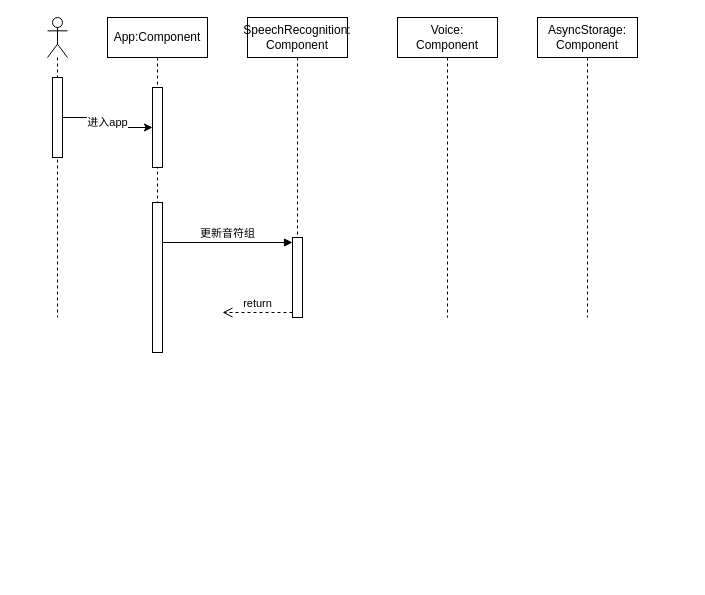
Earlier version of the draw.io diagram page "第 1 页" (1 of 2) of doremi.drawio (onlyzlc/doremi). Source tidied: cells renumbered, new cells numbered last; positions are measured from the earlier drawing's top-left corner, leaving out a move shared by most shapes. Both pictures are drawn from the tidied source at 100%, with x=0, y=0 at pixel (47, 17).
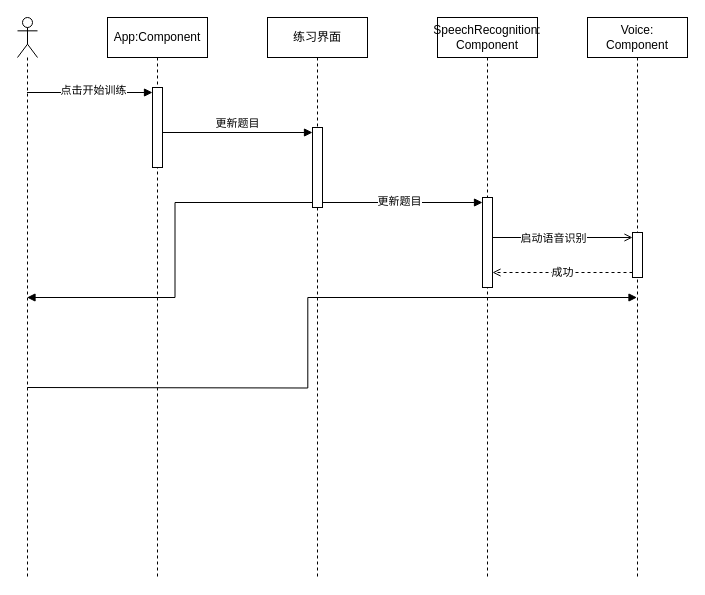
After the change.

The change refers to these unchanged cells:
```xml
<mxCell id="4" style="html=1;points=[[0,0,0,0,5],[0,1,0,0,-5],[1,0,0,0,5],[1,1,0,0,-5]];perimeter=orthogonalPerimeter;outlineConnect=0;targetShapes=umlLifeline;portConstraint=eastwest;newEdgeStyle={&quot;curved&quot;:0,&quot;rounded&quot;:0};" parent="2" vertex="1">
  <mxGeometry x="45" y="70" width="10" height="80" as="geometry" />
</mxCell>
```

What changed in the source:
```diff
@@
     <mxCell id="2" value="App:Component" style="shape=umlLifeline;perimeter=lifelinePerimeter;whiteSpace=wrap;html=1;newEdgeStyle={&quot;curved&quot;:0,&quot;rounded&quot;:0};" parent="1" vertex="1">
-      <mxGeometry x="60" width="100" height="300" as="geometry" />
+      <mxGeometry x="60" width="100" height="560" as="geometry" />
     </mxCell>
-    <mxCell id="3" style="html=1;perimeter=orthogonalPerimeter;targetShapes=umlLifeline;newEdgeStyle={&quot;curved&quot;:0,&quot;rounded&quot;:0};" parent="2" vertex="1">
-      <mxGeometry x="45" y="185" width="10" height="150" as="geometry" />
-    </mxCell>
@@
     <mxCell id="5" value="SpeechRecognition: Component" style="shape=umlLifeline;perimeter=lifelinePerimeter;html=1;newEdgeStyle={&quot;curved&quot;:0,&quot;rounded&quot;:0};whiteSpace=wrap;" parent="1" vertex="1">
-      <mxGeometry x="200" width="100" height="300" as="geometry" />
+      <mxGeometry x="390" width="100" height="560" as="geometry" />
     </mxCell>
-    <mxCell id="6" style="html=1;points=[[0,0,0,0,5],[0,1,0,0,-5],[1,0,0,0,5],[1,1,0,0,-5]];perimeter=orthogonalPerimeter;outlineConnect=0;targetShapes=umlLifeline;portConstraint=eastwest;newEdgeStyle={&quot;curved&quot;:0,&quot;rounded&quot;:0};" parent="5" vertex="1">
-      <mxGeometry x="45" y="220" width="10" height="80" as="geometry" />
-    </mxCell>
-    <mxCell id="7" value="return" style="html=1;verticalAlign=bottom;endArrow=open;dashed=1;endSize=8;curved=0;rounded=0;exitX=0;exitY=1;exitDx=0;exitDy=-5;" parent="5" edge="1" source="6">
-      <mxGeometry relative="1" as="geometry">
-        <mxPoint x="-25" y="295" as="targetPoint" />
-      </mxGeometry>
-    </mxCell>
-    <mxCell id="8" value="更新音符组" style="html=1;verticalAlign=bottom;endArrow=block;curved=0;rounded=0;entryX=0;entryY=0;entryDx=0;entryDy=5;" parent="5" edge="1" target="6">
-      <mxGeometry relative="1" as="geometry">
-        <mxPoint x="-85" y="225" as="sourcePoint" />
-      </mxGeometry>
-    </mxCell>
+    <mxCell id="14" style="html=1;points=[[0,0,0,0,5],[0,1,0,0,-5],[1,0,0,0,5],[1,1,0,0,-5]];perimeter=orthogonalPerimeter;outlineConnect=0;targetShapes=umlLifeline;portConstraint=eastwest;newEdgeStyle={&quot;curved&quot;:0,&quot;rounded&quot;:0};" parent="5" vertex="1">
+      <mxGeometry x="45" y="180" width="10" height="90" as="geometry" />
+    </mxCell>
-    <mxCell id="9" value="Voice: Component" style="shape=umlLifeline;perimeter=lifelinePerimeter;html=1;outlineConnect=0;portConstraint=eastwest;newEdgeStyle={&quot;curved&quot;:0,&quot;rounded&quot;:0};whiteSpace=wrap;" parent="1" vertex="1">
-      <mxGeometry x="350" width="100" height="300" as="geometry" />
+    <mxCell id="9" value="Voice: Component" style="shape=umlLifeline;perimeter=lifelinePerimeter;html=1;outlineConnect=0;portConstraint=eastwest;newEdgeStyle={&quot;curved&quot;:0,&quot;rounded&quot;:0};whiteSpace=wrap;snapToPoint=1;" parent="1" vertex="1">
+      <mxGeometry x="540" width="100" height="560" as="geometry" />
     </mxCell>
+    <mxCell id="15" style="html=1;points=[[0,0,0,0,5],[0,1,0,0,-5],[1,0,0,0,5],[1,1,0,0,-5]];perimeter=orthogonalPerimeter;outlineConnect=0;targetShapes=umlLifeline;portConstraint=eastwest;newEdgeStyle={&quot;curved&quot;:0,&quot;rounded&quot;:0};" parent="9" vertex="1">
+      <mxGeometry x="45" y="215" width="10" height="45" as="geometry" />
+    </mxCell>
+    <mxCell id="16" style="edgeStyle=orthogonalEdgeStyle;shape=connector;curved=0;rounded=0;jettySize=auto;html=1;strokeColor=default;align=center;verticalAlign=middle;fontFamily=Helvetica;fontSize=11;fontColor=default;labelBackgroundColor=default;endArrow=block;endFill=1;snapToPoint=0;" parent="1" edge="1" target="9">
+      <mxGeometry relative="1" as="geometry">
+        <mxPoint x="-20.3" y="370" as="sourcePoint" />
+      </mxGeometry>
+    </mxCell>
     <mxCell id="10" style="shape=umlLifeline;perimeter=lifelinePerimeter;whiteSpace=wrap;html=1;outlineConnect=0;portConstraint=eastwest;newEdgeStyle={&quot;curved&quot;:0,&quot;rounded&quot;:0};participant=umlActor;" parent="1" vertex="1">
-      <mxGeometry width="20" height="300" as="geometry" />
+      <mxGeometry x="-30" width="20" height="560" as="geometry" />
     </mxCell>
-    <mxCell id="11" style="html=1;points=[[0,0,0,0,5],[0,1,0,0,-5],[1,0,0,0,5],[1,1,0,0,-5]];perimeter=orthogonalPerimeter;outlineConnect=0;targetShapes=umlLifeline;portConstraint=eastwest;newEdgeStyle={&quot;curved&quot;:0,&quot;rounded&quot;:0};" parent="10" vertex="1">
-      <mxGeometry x="5" y="60" width="10" height="80" as="geometry" />
-    </mxCell>
-    <mxCell id="12" value="进入app" style="edgeStyle=orthogonalEdgeStyle;rounded=0;jettySize=auto;html=1;curved=0;" parent="1" edge="1" source="11" target="4">
-      <mxGeometry relative="1" as="geometry" />
+    <mxCell id="12" value="点击开始训练" style="edgeStyle=orthogonalEdgeStyle;rounded=0;jettySize=auto;html=1;curved=0;entryX=0;entryY=0;entryDx=0;entryDy=5;entryPerimeter=0;endArrow=block;endFill=1;" parent="1" edge="1" source="10" target="4">
+      <mxGeometry x="0.05" y="2" relative="1" as="geometry">
+        <Array as="points">
+          <mxPoint x="20" y="75" />
+          <mxPoint x="20" y="75" />
+        </Array>
+      </mxGeometry>
     </mxCell>
-    <mxCell id="13" value="AsyncStorage: Component" style="shape=umlLifeline;perimeter=lifelinePerimeter;html=1;newEdgeStyle={&quot;curved&quot;:0,&quot;rounded&quot;:0};whiteSpace=wrap;" parent="1" vertex="1">
-      <mxGeometry x="490" width="100" height="300" as="geometry" />
-    </mxCell>
+    <mxCell id="17" value="更新题目" style="html=1;verticalAlign=bottom;endArrow=block;curved=0;rounded=0;entryX=0;entryY=0;entryDx=0;entryDy=5;entryPerimeter=0;" parent="1" edge="1" source="4" target="19">
+      <mxGeometry relative="1" as="geometry" />
+    </mxCell>
+    <mxCell id="18" value="练习界面" style="shape=umlLifeline;perimeter=lifelinePerimeter;whiteSpace=wrap;html=1;newEdgeStyle={&quot;curved&quot;:0,&quot;rounded&quot;:0};" parent="1" vertex="1">
+      <mxGeometry x="220" width="100" height="560" as="geometry" />
+    </mxCell>
+    <mxCell id="19" style="html=1;points=[[0,0,0,0,5],[0,1,0,0,-5],[1,0,0,0,5],[1,1,0,0,-5]];perimeter=orthogonalPerimeter;outlineConnect=0;targetShapes=umlLifeline;portConstraint=eastwest;newEdgeStyle={&quot;curved&quot;:0,&quot;rounded&quot;:0};" parent="18" vertex="1">
+      <mxGeometry x="45" y="110" width="10" height="80" as="geometry" />
+    </mxCell>
+    <mxCell id="20" style="edgeStyle=orthogonalEdgeStyle;rounded=0;jettySize=auto;html=1;curved=0;exitX=1;exitY=1;exitDx=0;exitDy=-5;exitPerimeter=0;entryX=0;entryY=0;entryDx=0;entryDy=5;entryPerimeter=0;endArrow=block;endFill=1;" parent="1" edge="1" source="19" target="14">
+      <mxGeometry relative="1" as="geometry" />
+    </mxCell>
+    <mxCell id="21" value="更新题目" style="edgeLabel;html=1;align=center;verticalAlign=middle;" parent="20" vertex="1">
+      <mxGeometry x="-0.05" y="2" relative="1" as="geometry" />
+    </mxCell>
+    <mxCell id="22" style="edgeStyle=orthogonalEdgeStyle;rounded=0;jettySize=auto;html=1;curved=0;entryX=0;entryY=0;entryDx=0;entryDy=5;entryPerimeter=0;endArrow=open;endFill=0;" parent="1" edge="1" source="14" target="15">
+      <mxGeometry relative="1" as="geometry">
+        <Array as="points">
+          <mxPoint x="490" y="220" />
+          <mxPoint x="490" y="220" />
+        </Array>
+      </mxGeometry>
+    </mxCell>
+    <mxCell id="23" value="启动语音识别" style="edgeLabel;html=1;align=center;verticalAlign=middle;" parent="22" vertex="1">
+      <mxGeometry x="-0.14" relative="1" as="geometry" />
+    </mxCell>
+    <mxCell id="24" value="成功" style="edgeStyle=orthogonalEdgeStyle;rounded=0;jettySize=auto;html=1;curved=0;exitX=0;exitY=1;exitDx=0;exitDy=-5;exitPerimeter=0;dashed=1;endArrow=open;endFill=0;" parent="1" edge="1" source="15" target="14">
+      <mxGeometry relative="1" as="geometry">
+        <Array as="points">
+          <mxPoint x="480" y="255" />
+          <mxPoint x="480" y="255" />
+        </Array>
+      </mxGeometry>
+    </mxCell>
+    <mxCell id="25" style="edgeStyle=orthogonalEdgeStyle;shape=connector;curved=0;rounded=0;jettySize=auto;html=1;strokeColor=default;align=center;verticalAlign=middle;fontFamily=Helvetica;fontSize=11;fontColor=default;labelBackgroundColor=default;endArrow=block;endFill=1;exitX=0;exitY=1;exitDx=0;exitDy=-5;exitPerimeter=0;" parent="1" edge="1" source="19" target="10">
+      <mxGeometry relative="1" as="geometry" />
+    </mxCell>
```
